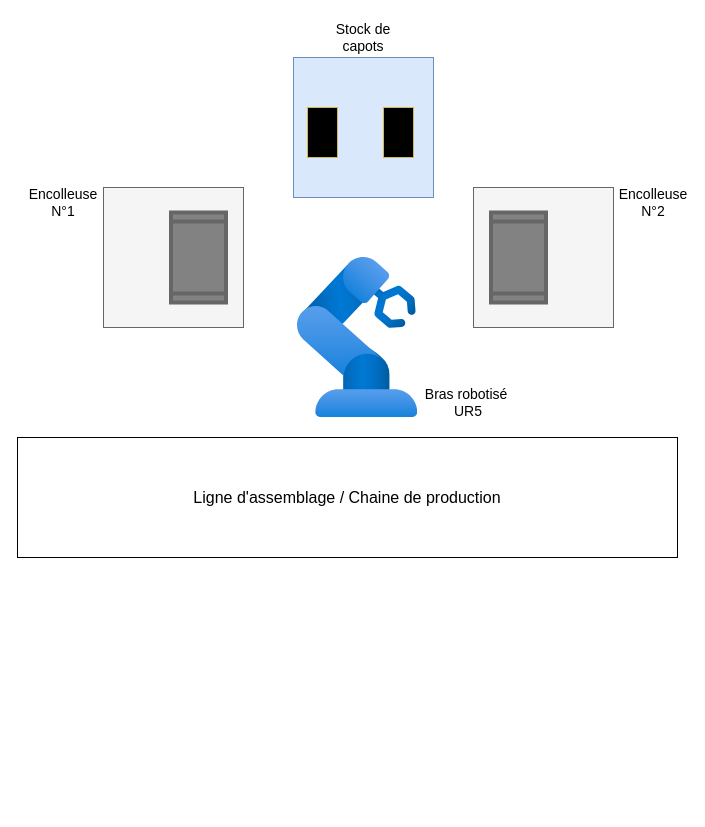
The draw.io diagram SchemaGlobal/ligne_d_assemblage_auto.drawio in CharifMah/Systemes_automatises, before the edit. Source tidied: cells renumbered, new cells numbered last; positions are measured from the earlier drawing's top-left corner, leaving out a move shared by most shapes. Both pictures are drawn from the tidied source at 100%, with x=0, y=0 at pixel (17, 17).
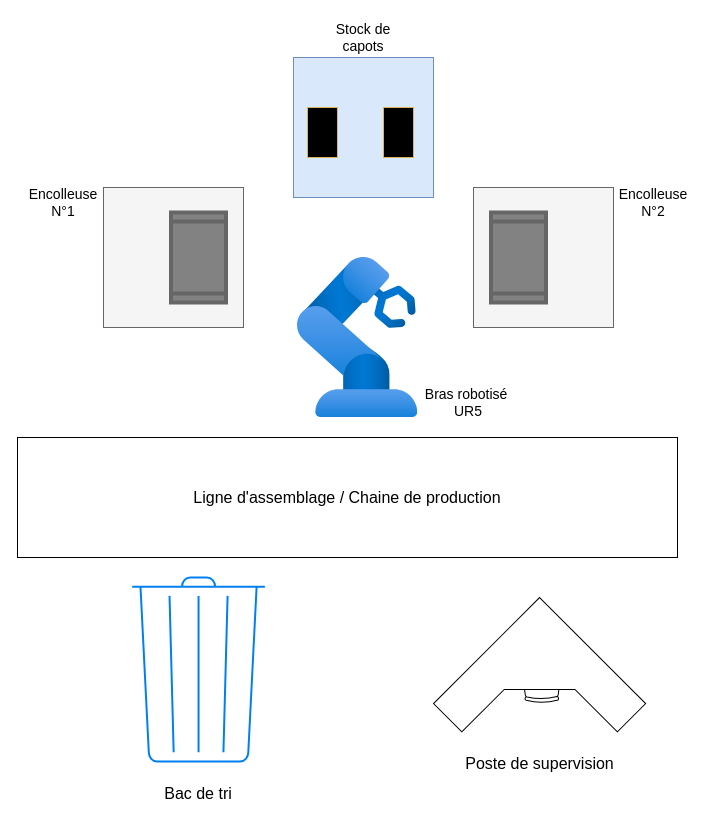
After the change.

The edit, as a diff of the source:
```diff
@@
-    <mxCell id="2" value="&lt;font style=&quot;font-size: 16px;&quot;&gt;Ligne d'assemblage / Chaine de production&lt;/font&gt;" style="rounded=0;whiteSpace=wrap;html=1;" parent="1" vertex="1">
+    <mxCell id="2" value="&lt;span style=&quot;font-size: 16px;&quot;&gt;Ligne d'assemblage / Chaine de production&lt;/span&gt;" style="rounded=0;whiteSpace=wrap;html=1;" parent="1" vertex="1">
       <mxGeometry y="420" width="660" height="120" as="geometry" />
     </mxCell>
@@
+    <mxCell id="15" style="group;" parent="1" vertex="1">
+      <mxGeometry x="416" y="580" width="212.1" height="212.1" as="geometry" />
+    </mxCell>
+    <mxCell id="16" style="verticalLabelPosition=bottom;html=1;verticalAlign=top;align=center;shape=mxgraph.floorplan.desk_corner;rotation=45;" parent="15" vertex="1">
+      <mxGeometry x="31.1" y="31.1" width="150" height="150" as="geometry" />
+    </mxCell>
+    <mxCell id="17" value="&lt;span style=&quot;font-size: 16px;&quot;&gt;Poste de supervision&lt;/span&gt;" style="text;html=1;align=center;verticalAlign=middle;whiteSpace=wrap;rounded=0;" parent="15" vertex="1">
+      <mxGeometry x="3.6" y="151.1" width="205" height="30" as="geometry" />
+    </mxCell>
+    <mxCell id="18" style="group;" parent="1" vertex="1">
+      <mxGeometry x="96" y="560" width="170" height="230" as="geometry" />
+    </mxCell>
+    <mxCell id="19" style="html=1;verticalLabelPosition=bottom;align=center;labelBackgroundColor=#ffffff;verticalAlign=top;strokeWidth=2;strokeColor=#0080F0;shadow=0;dashed=0;shape=mxgraph.ios7.icons.trashcan;" parent="18" vertex="1">
+      <mxGeometry x="18.7" width="132.7" height="184" as="geometry" />
+    </mxCell>
+    <mxCell id="20" value="&lt;span style=&quot;font-size: 16px;&quot;&gt;Bac de tri&lt;/span&gt;" style="text;html=1;align=center;verticalAlign=middle;whiteSpace=wrap;rounded=0;" parent="18" vertex="1">
+      <mxGeometry y="202.4" width="170" height="27.6" as="geometry" />
+    </mxCell>
```
